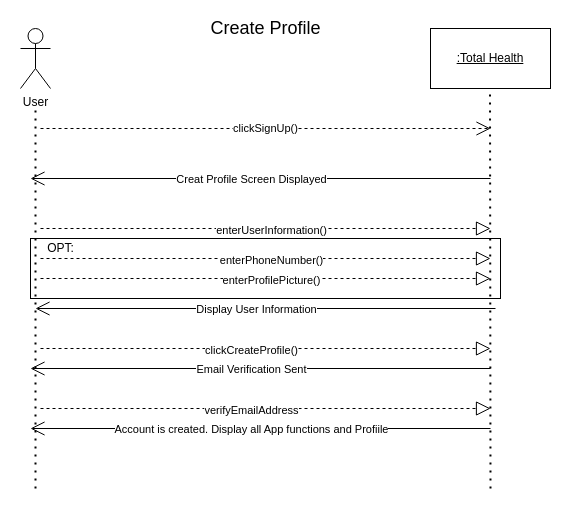
Esaied19/Team-Albatross keeps this draw.io diagram as SSD - Create Profile.drawio. Above is the earlier version. Source tidied: cells renumbered, new cells numbered last; positions are measured from the earlier drawing's top-left corner, leaving out a move shared by most shapes. Both pictures are drawn from the tidied source at 100%, with x=0, y=0 at pixel (20, 18).
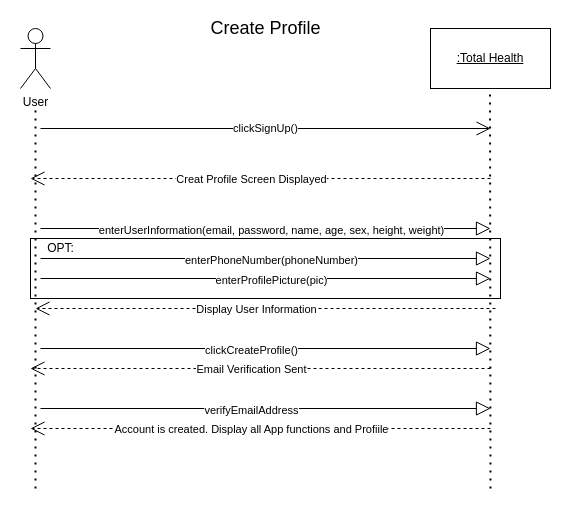
Above is the later version.

The edit, as a diff of the source:
```diff
@@
-    <mxCell id="7" value="clickSignUp()" style="endArrow=open;endSize=12;dashed=1;html=1;rounded=0;" parent="1" edge="1">
+    <mxCell id="7" value="clickSignUp()" style="endArrow=open;endSize=12;html=1;rounded=0;" parent="1" edge="1">
       <mxGeometry relative="1" as="geometry">
         <mxPoint x="20" y="110" as="sourcePoint" />
         <mxPoint x="470" y="110" as="targetPoint" />
       </mxGeometry>
     </mxCell>
-    <mxCell id="8" style="endArrow=open;endFill=1;endSize=12;html=1;rounded=0;" parent="1" edge="1">
+    <mxCell id="8" style="endArrow=open;endFill=1;endSize=12;html=1;rounded=0;dashed=1;" parent="1" edge="1">
       <mxGeometry relative="1" as="geometry">
         <mxPoint x="470" y="160" as="sourcePoint" />
         <mxPoint x="10" y="160" as="targetPoint" />
       </mxGeometry>
     </mxCell>
@@
-    <mxCell id="10" style="endArrow=block;dashed=1;endFill=0;endSize=12;html=1;rounded=0;" parent="1" edge="1">
+    <mxCell id="10" style="endArrow=block;endFill=0;endSize=12;html=1;rounded=0;" parent="1" edge="1">
       <mxGeometry relative="1" as="geometry">
         <mxPoint x="20" y="210" as="sourcePoint" />
         <mxPoint x="470" y="210" as="targetPoint" />
       </mxGeometry>
     </mxCell>
-    <mxCell id="11" value="enterUserInformation()" style="edgeLabel;html=1;align=center;verticalAlign=middle;" parent="10" vertex="1">
+    <mxCell id="11" value="enterUserInformation(email, password, name, age, sex, height, weight)" style="edgeLabel;html=1;align=center;verticalAlign=middle;" parent="10" vertex="1">
       <mxGeometry x="0.1" y="-1" relative="1" as="geometry">
         <mxPoint x="-18" as="offset" />
       </mxGeometry>
     </mxCell>
-    <mxCell id="12" style="endArrow=open;endFill=1;endSize=12;html=1;rounded=0;" parent="1" edge="1">
+    <mxCell id="12" style="endArrow=open;endFill=1;endSize=12;html=1;rounded=0;dashed=1;" parent="1" edge="1">
       <mxGeometry relative="1" as="geometry">
         <mxPoint x="475" y="290" as="sourcePoint" />
         <mxPoint x="15" y="290" as="targetPoint" />
       </mxGeometry>
     </mxCell>
@@
-    <mxCell id="14" style="endArrow=block;dashed=1;endFill=0;endSize=12;html=1;rounded=0;" parent="1" edge="1">
+    <mxCell id="14" style="endArrow=block;endFill=0;endSize=12;html=1;rounded=0;" parent="1" edge="1">
       <mxGeometry relative="1" as="geometry">
         <mxPoint x="20" y="330" as="sourcePoint" />
         <mxPoint x="470" y="330" as="targetPoint" />
       </mxGeometry>
     </mxCell>
@@
-    <mxCell id="16" style="endArrow=open;endFill=1;endSize=12;html=1;rounded=0;" parent="1" edge="1">
+    <mxCell id="16" style="endArrow=open;endFill=1;endSize=12;html=1;rounded=0;dashed=1;" parent="1" edge="1">
       <mxGeometry relative="1" as="geometry">
         <mxPoint x="470" y="410" as="sourcePoint" />
         <mxPoint x="10" y="410" as="targetPoint" />
       </mxGeometry>
     </mxCell>
@@
-    <mxCell id="19" style="endArrow=block;dashed=1;endFill=0;endSize=12;html=1;rounded=0;" parent="1" edge="1">
+    <mxCell id="19" style="endArrow=block;endFill=0;endSize=12;html=1;rounded=0;" parent="1" edge="1">
       <mxGeometry relative="1" as="geometry">
         <mxPoint x="20" y="240" as="sourcePoint" />
         <mxPoint x="470" y="240" as="targetPoint" />
       </mxGeometry>
     </mxCell>
-    <mxCell id="20" value="enterPhoneNumber()" style="edgeLabel;html=1;align=center;verticalAlign=middle;" parent="19" vertex="1">
+    <mxCell id="20" value="enterPhoneNumber(phoneNumber)" style="edgeLabel;html=1;align=center;verticalAlign=middle;" parent="19" vertex="1">
       <mxGeometry x="0.1" y="-1" relative="1" as="geometry">
         <mxPoint x="-18" as="offset" />
       </mxGeometry>
     </mxCell>
-    <mxCell id="21" style="endArrow=block;dashed=1;endFill=0;endSize=12;html=1;rounded=0;" parent="1" edge="1">
+    <mxCell id="21" style="endArrow=block;endFill=0;endSize=12;html=1;rounded=0;" parent="1" edge="1">
       <mxGeometry relative="1" as="geometry">
         <mxPoint x="20" y="260" as="sourcePoint" />
         <mxPoint x="470" y="260" as="targetPoint" />
       </mxGeometry>
     </mxCell>
-    <mxCell id="22" value="enterProfilePicture()" style="edgeLabel;html=1;align=center;verticalAlign=middle;" parent="21" vertex="1">
+    <mxCell id="22" value="enterProfilePicture(pic)" style="edgeLabel;html=1;align=center;verticalAlign=middle;" parent="21" vertex="1">
       <mxGeometry x="0.1" y="-1" relative="1" as="geometry">
         <mxPoint x="-18" as="offset" />
       </mxGeometry>
     </mxCell>
-    <mxCell id="23" style="endArrow=open;endFill=1;endSize=12;html=1;rounded=0;" parent="1" edge="1">
+    <mxCell id="23" style="endArrow=open;endFill=1;endSize=12;html=1;rounded=0;dashed=1;" parent="1" edge="1">
       <mxGeometry relative="1" as="geometry">
         <mxPoint x="470" y="350" as="sourcePoint" />
         <mxPoint x="10" y="350" as="targetPoint" />
       </mxGeometry>
     </mxCell>
@@
-    <mxCell id="25" style="endArrow=block;dashed=1;endFill=0;endSize=12;html=1;rounded=0;" parent="1" edge="1">
+    <mxCell id="25" style="endArrow=block;endFill=0;endSize=12;html=1;rounded=0;" parent="1" edge="1">
       <mxGeometry relative="1" as="geometry">
         <mxPoint x="20" y="390" as="sourcePoint" />
         <mxPoint x="470" y="390" as="targetPoint" />
       </mxGeometry>
     </mxCell>
```
